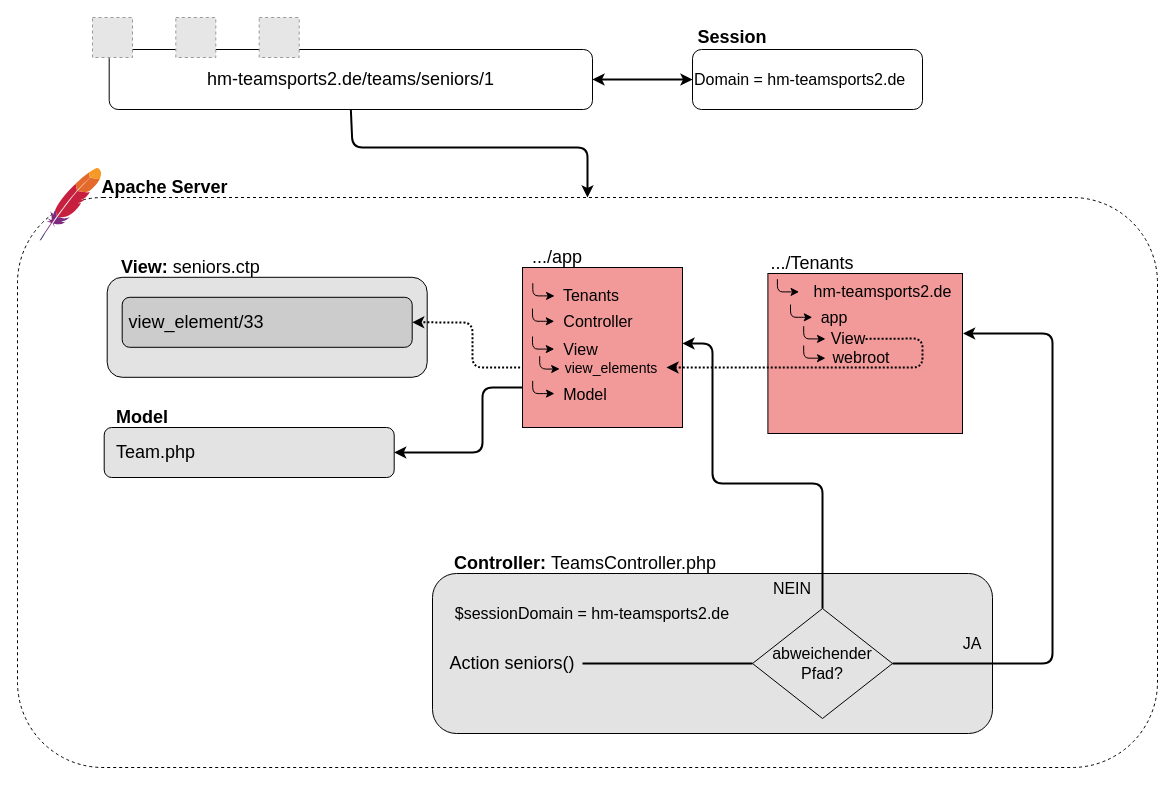
mkoenig96/mk-bachelor-thesis keeps this draw.io diagram as page "MultiTenantbei TS2" (6 of 6) of diagrams/Ba-Thesis Diagrams.drawio. Above is the earlier version. Source tidied: cells renumbered, new cells numbered last; positions are measured from the earlier drawing's top-left corner, leaving out a move shared by most shapes. Both pictures are drawn from the tidied source at 100%, with x=0, y=0 at pixel (17, 17). Pictures stored in the file or linked from it are replaced by grey dashed boxes.
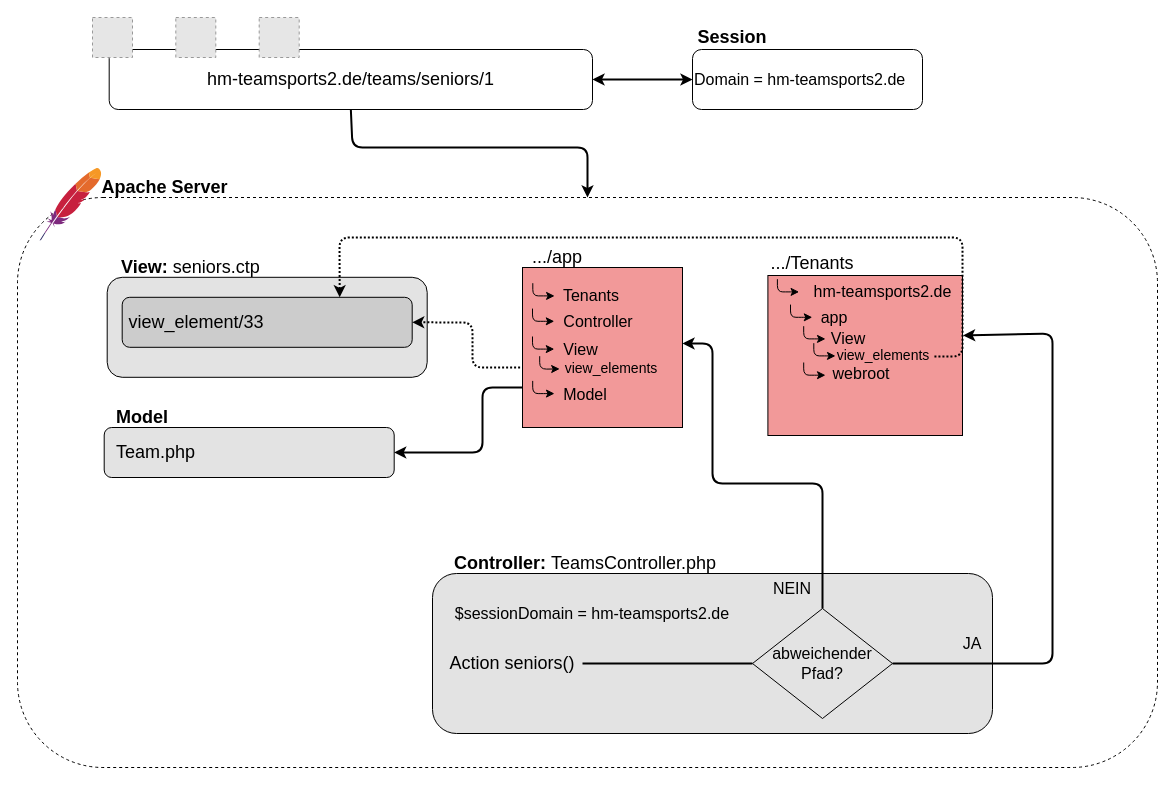
After the change.

Unchanged cells that the change refers to:
```xml
<mxCell id="28" style="rounded=1;whiteSpace=wrap;html=1;fillColor=#CCCCCC;" parent="27" vertex="1">
  <mxGeometry width="290" height="50" as="geometry" />
</mxCell>
<mxCell id="54" style="group;" parent="1" vertex="1">
  <mxGeometry x="750.4" y="256" width="194.6" height="160" as="geometry" />
</mxCell>
<mxCell id="60" value="&lt;span style=&quot;font-size: 16px&quot;&gt;View&lt;/span&gt;" style="text;html=1;strokeColor=none;fillColor=none;align=center;verticalAlign=middle;whiteSpace=wrap;rounded=0;" parent="54" vertex="1">
  <mxGeometry x="62.2" y="52.7" width="35.5" height="25.4" as="geometry" />
</mxCell>
```

The edit, as a diff of the source:
```diff
@@
     <mxCell id="55" style="rounded=0;whiteSpace=wrap;html=1;fillColor=#F29999;" parent="54" vertex="1">
-      <mxGeometry width="194.6" height="160" as="geometry" />
+      <mxGeometry y="2" width="194.6" height="160" as="geometry" />
     </mxCell>
@@
     <mxCell id="62" value="&lt;span style=&quot;font-size: 16px&quot;&gt;webroot&lt;/span&gt;" style="text;html=1;strokeColor=none;fillColor=none;align=center;verticalAlign=middle;whiteSpace=wrap;rounded=0;" parent="54" vertex="1">
-      <mxGeometry x="75.2" y="71" width="35.5" height="25.4" as="geometry" />
+      <mxGeometry x="75.2" y="87" width="35.5" height="25.4" as="geometry" />
     </mxCell>
     <mxCell id="63" style="endArrow=classic;html=1;" parent="54" edge="1">
-      <mxGeometry x="-198.7" y="427" as="geometry">
-        <mxPoint x="35.8" y="72" as="sourcePoint" />
-        <mxPoint x="57.6" y="84.7" as="targetPoint" />
+      <mxGeometry x="-198.7" y="444" as="geometry">
+        <mxPoint x="35.8" y="89" as="sourcePoint" />
+        <mxPoint x="57.6" y="101.7" as="targetPoint" />
         <Array as="points">
-          <mxPoint x="35.8" y="84.7" />
-          <mxPoint x="46.7" y="84.7" />
+          <mxPoint x="35.8" y="101.7" />
+          <mxPoint x="46.7" y="101.7" />
         </Array>
       </mxGeometry>
     </mxCell>
-    <mxCell id="64" style="endArrow=none;startArrow=classic;html=1;strokeWidth=2;endFill=0;dashed=1;dashPattern=1 1;entryX=1;entryY=0.5;entryDx=0;entryDy=0;" parent="54" edge="1" target="60">
+    <mxCell id="64" style="endArrow=none;startArrow=classic;html=1;strokeWidth=2;endFill=0;dashed=1;dashPattern=1 1;exitX=0.75;exitY=0;exitDx=0;exitDy=0;" parent="54" edge="1" source="28">
       <mxGeometry relative="1" as="geometry">
-        <mxPoint x="-101.4" y="94" as="sourcePoint" />
+        <mxPoint x="164.6" y="83" as="targetPoint" />
         <Array as="points">
-          <mxPoint x="154.6" y="94" />
-          <mxPoint x="154.6" y="65" />
+          <mxPoint x="-428.4" y="-36" />
+          <mxPoint x="-305.4" y="-36" />
+          <mxPoint x="194.6" y="-36" />
+          <mxPoint x="194.6" y="83" />
         </Array>
       </mxGeometry>
     </mxCell>
+    <mxCell id="66" value="&lt;font style=&quot;font-size: 14px&quot;&gt;view_elements&lt;/font&gt;" style="text;html=1;strokeColor=none;fillColor=none;align=center;verticalAlign=middle;whiteSpace=wrap;rounded=0;" parent="54" vertex="1">
+      <mxGeometry x="97.8" y="69.3" width="35.5" height="25.4" as="geometry" />
+    </mxCell>
@@
+    <mxCell id="67" style="endArrow=classic;html=1;" parent="1" edge="1">
+      <mxGeometry x="576.7" y="690.7" as="geometry">
+        <mxPoint x="796.3" y="325.7" as="sourcePoint" />
+        <mxPoint x="818" y="338.4" as="targetPoint" />
+        <Array as="points">
+          <mxPoint x="796.3" y="338.4" />
+          <mxPoint x="807.1" y="338.4" />
+        </Array>
+      </mxGeometry>
+    </mxCell>
```
